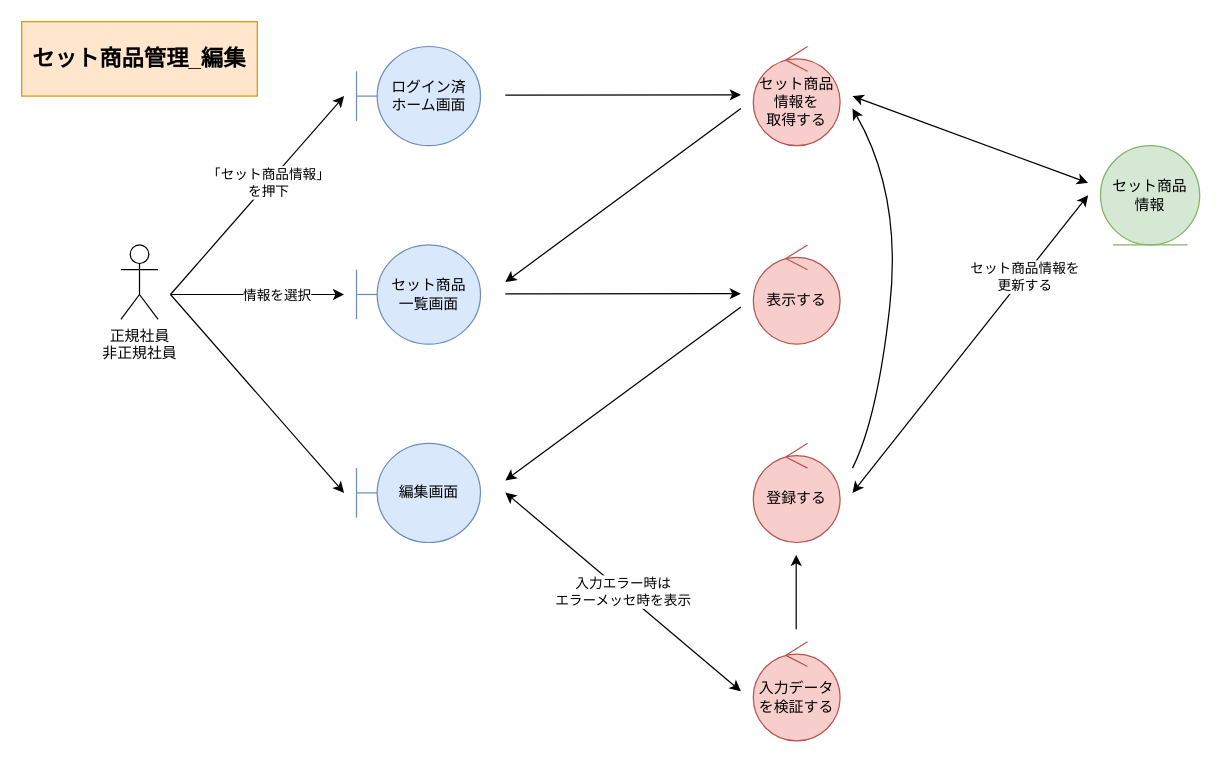
Above: page "*セット商品管理_編集" (5 of 6) of 各種設計書/3ロバストネス図/商品情報管理/1.在庫管理.drawio in HaruShim/Sotuken (draw.io), before the change. Source tidied: cells renumbered, new cells numbered last; positions are measured from the earlier drawing's top-left corner, leaving out a move shared by most shapes. Both pictures are drawn from the tidied source at 124%, with x=0, y=0 at pixel (21, 21).
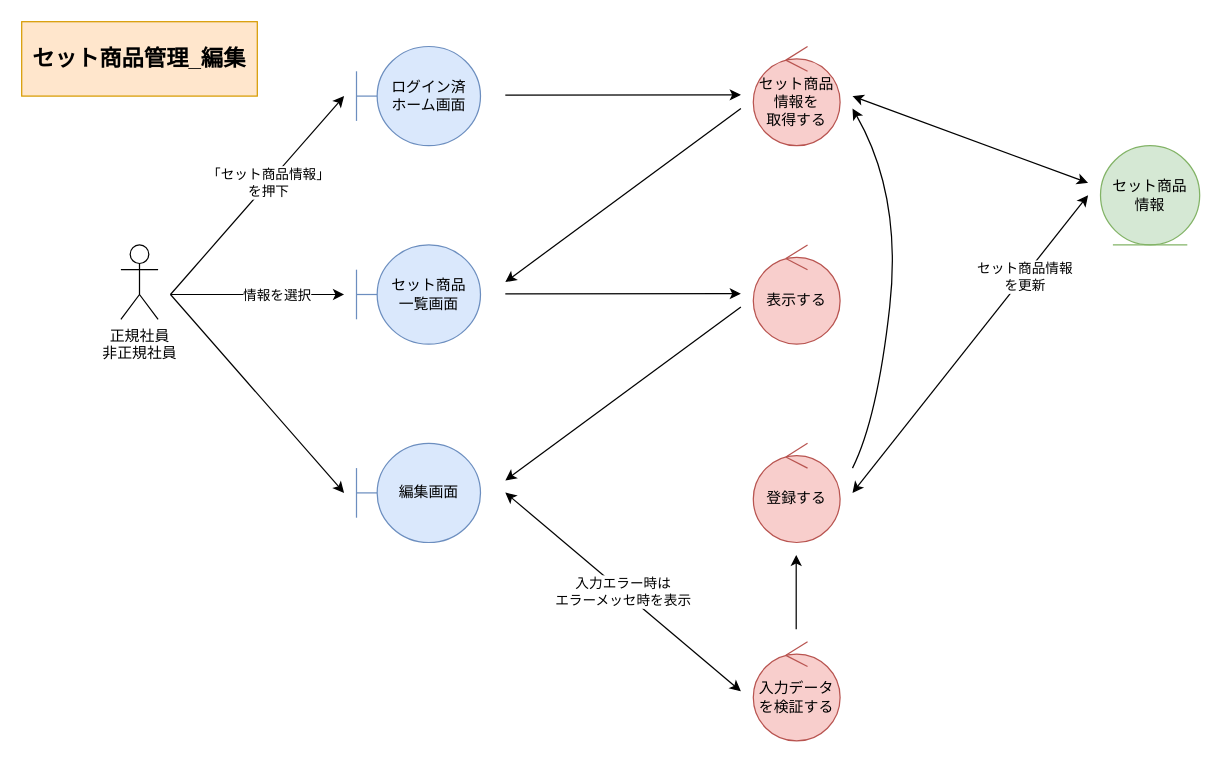
After the change.

Unchanged cells that the change refers to:
```xml
<mxCell id="19" style="endArrow=classic;html=1;rounded=0;endFill=1;startArrow=classic;startFill=1;strokeColor=default;labelBackgroundColor=default;fontColor=default;" parent="1" edge="1">
  <mxGeometry relative="1" as="geometry">
    <mxPoint x="860" y="140" as="sourcePoint" />
    <mxPoint x="670" y="380" as="targetPoint" />
  </mxGeometry>
</mxCell>
```

Diff of the diagram source:
```diff
@@
-    <mxCell id="20" value="セット商品情報を&lt;br&gt;更新する" style="edgeLabel;html=1;align=center;verticalAlign=middle;fontColor=default;labelBackgroundColor=default;" parent="19" vertex="1">
+    <mxCell id="20" value="セット商品情報&lt;br&gt;を更新" style="edgeLabel;html=1;align=center;verticalAlign=middle;fontColor=default;labelBackgroundColor=default;" parent="19" vertex="1">
       <mxGeometry x="-0.46" y="1" relative="1" as="geometry">
         <mxPoint x="-1" as="offset" />
       </mxGeometry>
     </mxCell>
```
